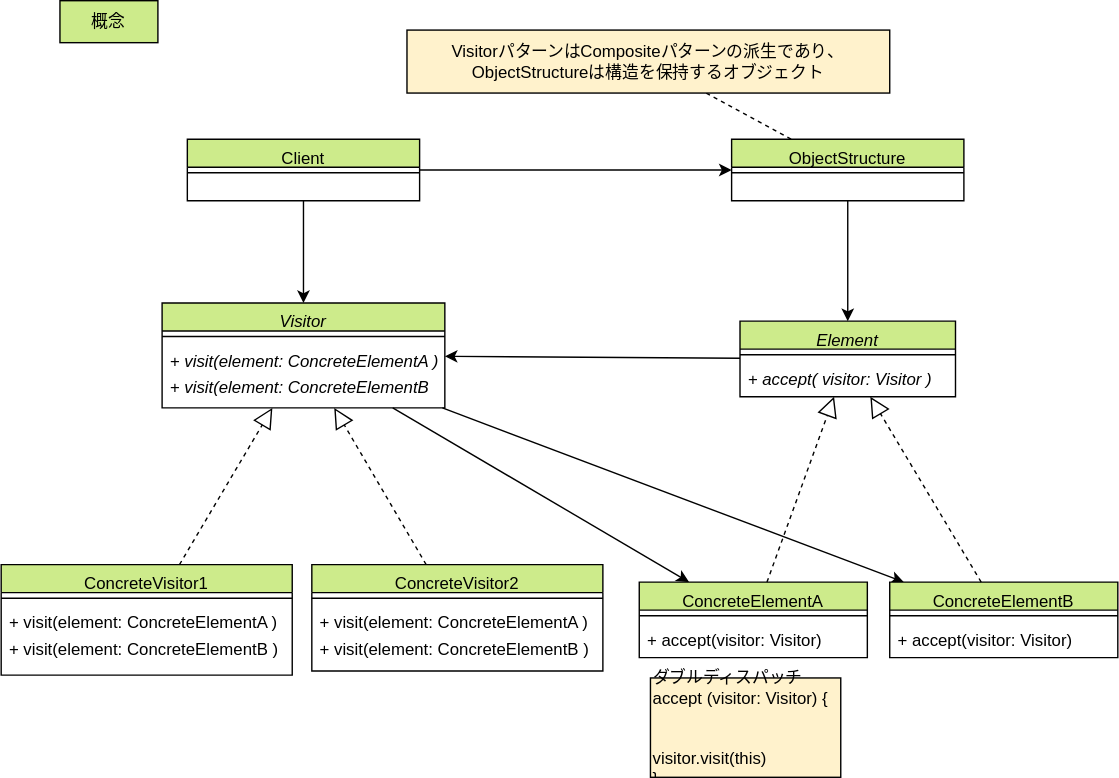
Earlier version of the draw.io export drawio/visitor/visitor-concept.drawio.svg (go-to-k/cdk-gof-design-pattern). Source tidied: cells renumbered, new cells last; positions are measured from the earlier drawing's top-left corner, leaving out a move shared by most shapes.
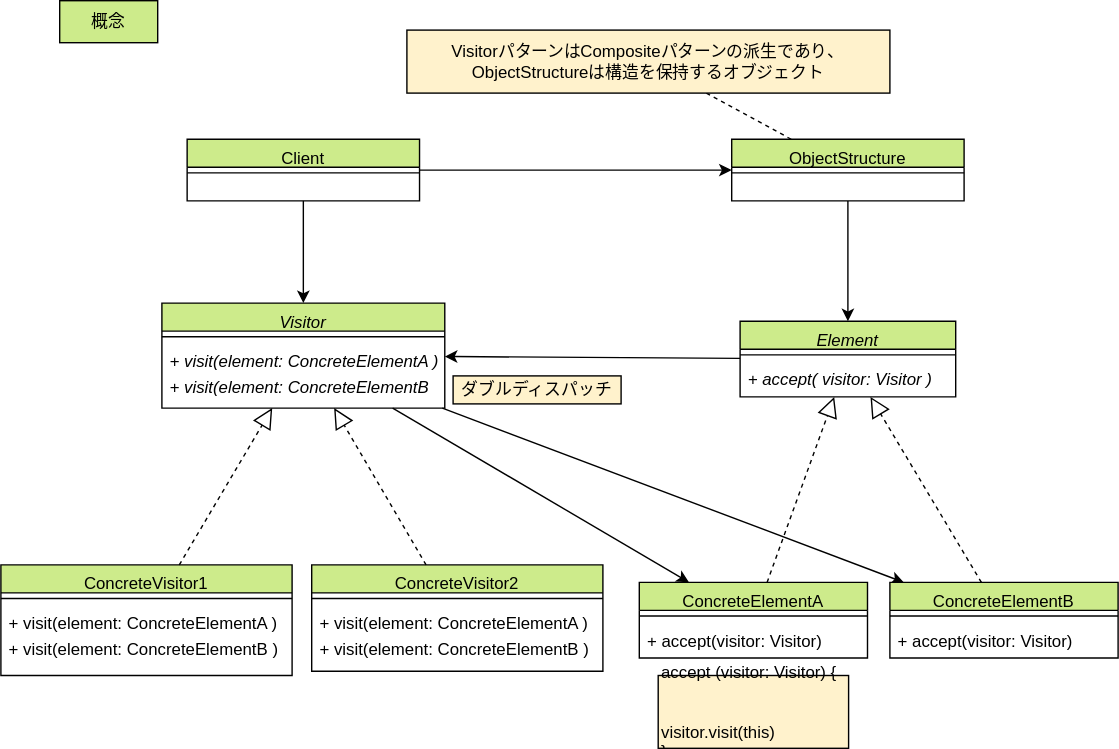
Later version of the same file.

Commit message:
update visitor concept diagrams

What changed in the source:
```diff
@@ -116,8 +116,11 @@
     <mxCell id="39" value="VisitorパターンはCompositeパターンの派生であり、ObjectStructureは構造を保持するオブジェクト" style="text;html=1;strokeColor=#000000;fillColor=#fff2cc;align=center;verticalAlign=middle;whiteSpace=wrap;rounded=0;fontColor=#000000;" parent="1" vertex="1">
       <mxGeometry x="290" y="21" width="345" height="45" as="geometry" />
     </mxCell>
-    <mxCell id="40" value="ダブルディスパッチ&lt;br&gt;accept (visitor: Visitor) {&lt;br&gt;&lt;span style=&quot;white-space: pre;&quot;&gt;&#9;&lt;/span&gt;visitor.visit(this)&lt;br&gt;}" style="text;html=1;strokeColor=#000000;fillColor=#fff2cc;align=left;verticalAlign=middle;whiteSpace=wrap;rounded=0;fontColor=#000000;" parent="1" vertex="1">
-      <mxGeometry x="464" y="484" width="136" height="71" as="geometry" />
+    <mxCell id="40" value="accept (visitor: Visitor) {&lt;br&gt;&lt;span style=&quot;white-space: pre;&quot;&gt;&#9;&lt;/span&gt;visitor.visit(this)&lt;br&gt;}" style="text;html=1;strokeColor=#000000;fillColor=#fff2cc;align=left;verticalAlign=middle;whiteSpace=wrap;rounded=0;fontColor=#000000;" parent="1" vertex="1">
+      <mxGeometry x="469.5" y="482" width="136" height="52" as="geometry" />
     </mxCell>
+    <mxCell id="41" value="&lt;div style=&quot;&quot;&gt;&lt;span style=&quot;background-color: initial;&quot;&gt;ダブルディスパッチ&lt;/span&gt;&lt;/div&gt;" style="text;html=1;strokeColor=#000000;fillColor=#fff2cc;align=center;verticalAlign=middle;whiteSpace=wrap;rounded=0;fontColor=#000000;" parent="1" vertex="1">
+      <mxGeometry x="323" y="268" width="120" height="20" as="geometry" />
+    </mxCell>
   </root>
 </mxGraphModel>
```
